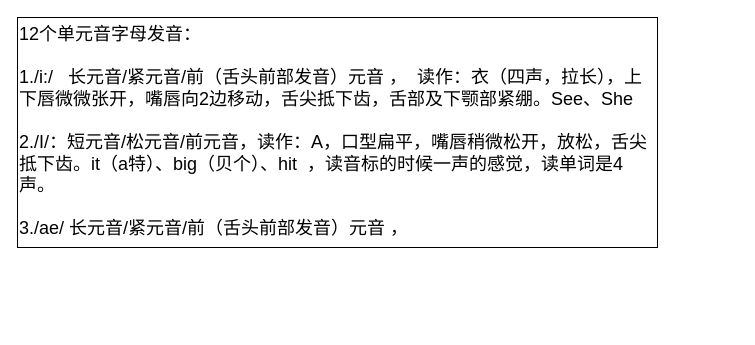
Above: Others/英语.drawio in KGwolf/MyDraw (draw.io), before the change. Source tidied: cells renumbered, new cells numbered last; positions are measured from the earlier drawing's top-left corner, leaving out a move shared by most shapes. Both pictures are drawn from the tidied source at 100%, with x=0, y=0 at pixel (17, 17).
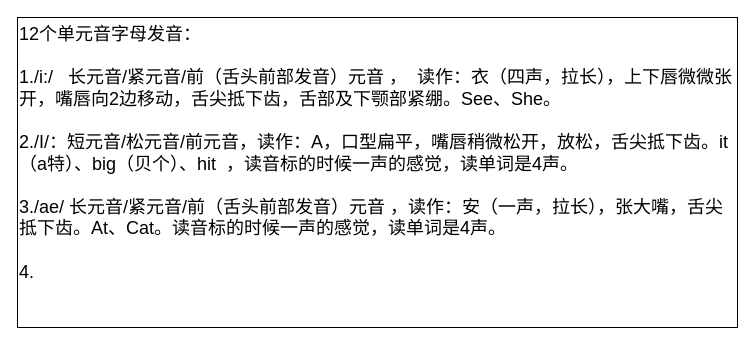
The same page after the edit.

Change to the diagram source:
```diff
@@
 <mxGraphModel>
   <root>
     <mxCell id="0" />
     <mxCell id="1" parent="0" />
-    <mxCell id="2" value="12个单元音字母发音：&lt;br&gt;&lt;br&gt;1./i:/&amp;nbsp; &amp;nbsp;长元音/紧元音/前（舌头前部发音）元音 ，&amp;nbsp; 读作：衣（四声，拉长），上下唇微微张开，嘴唇向2边移动，舌尖抵下齿，舌部及下颚部紧绷。See、She&lt;br&gt;&lt;br&gt;2./I/：短元音/松元音/前元音，读作：A，口型扁平，嘴唇稍微松开，放松，舌尖抵下齿。it（a特）、big（贝个）、hit&amp;nbsp; ，读音标的时候一声的感觉，读单词是4声。&lt;br&gt;&lt;br&gt;3./ae/ 长元音/紧元音/前（舌头前部发音）元音&amp;nbsp;，" style="rounded=0;whiteSpace=wrap;html=1;fontSize=18;verticalAlign=top;align=left;" parent="1" vertex="1">
-      <mxGeometry width="640" height="230" as="geometry" />
+    <mxCell id="2" value="12个单元音字母发音：&lt;br&gt;&lt;br&gt;1./i:/&amp;nbsp; &amp;nbsp;长元音/紧元音/前（舌头前部发音）元音 ，&amp;nbsp; 读作：衣（四声，拉长），上下唇微微张开，嘴唇向2边移动，舌尖抵下齿，舌部及下颚部紧绷。See、She。&lt;br&gt;&lt;br&gt;2./I/：短元音/松元音/前元音，读作：A，口型扁平，嘴唇稍微松开，放松，舌尖抵下齿。it（a特）、big（贝个）、hit&amp;nbsp; ，读音标的时候一声的感觉，读单词是4声。&lt;br&gt;&lt;br&gt;3./ae/ 长元音/紧元音/前（舌头前部发音）元音&amp;nbsp;，读作：安（一声，拉长），张大嘴，舌尖抵下齿。At、Cat。读音标的时候一声的感觉，读单词是4声。&lt;br&gt;&lt;br&gt;4." style="rounded=0;whiteSpace=wrap;html=1;fontSize=18;verticalAlign=top;align=left;" parent="1" vertex="1">
+      <mxGeometry width="720" height="310" as="geometry" />
     </mxCell>
   </root>
 </mxGraphModel>
```
